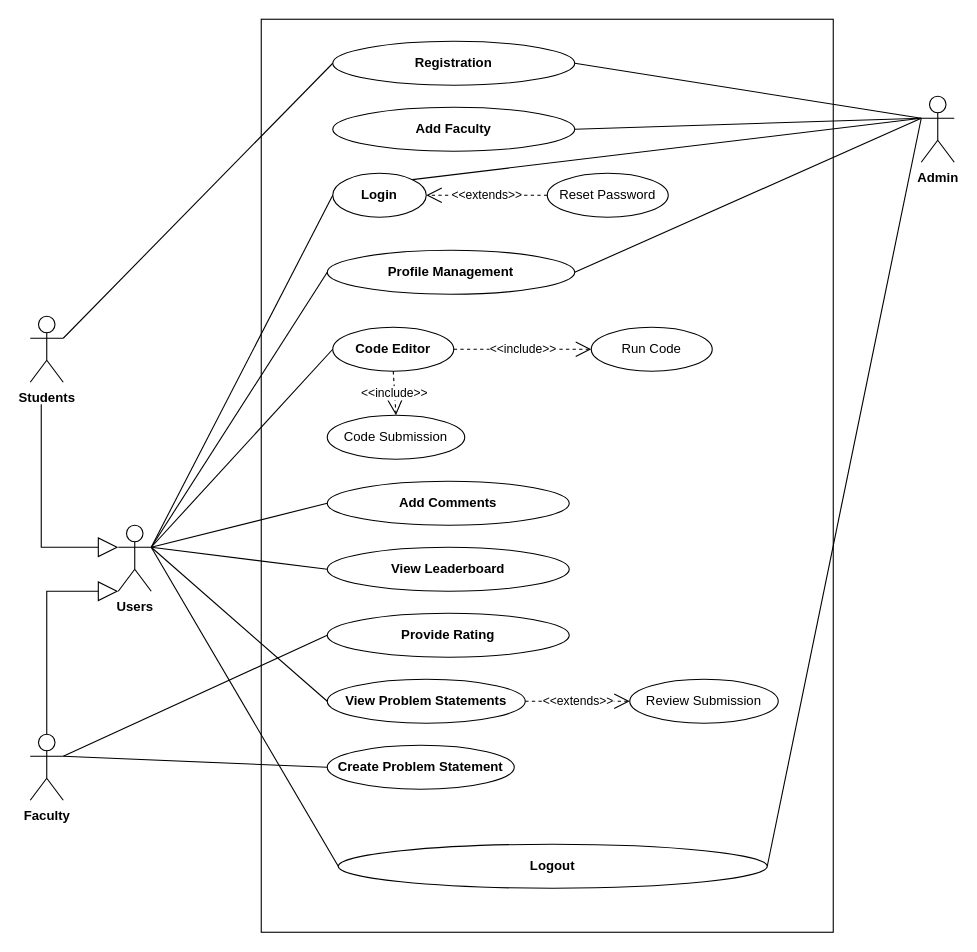
shamim36/Final-Defence-Diagram keeps this draw.io diagram as Use case Diagram.drawio. Above is the earlier version. Source tidied: cells renumbered, new cells numbered last; positions are measured from the earlier drawing's top-left corner, leaving out a move shared by most shapes. Both pictures are drawn from the tidied source at 110%, with x=0, y=0 at pixel (30, 19).
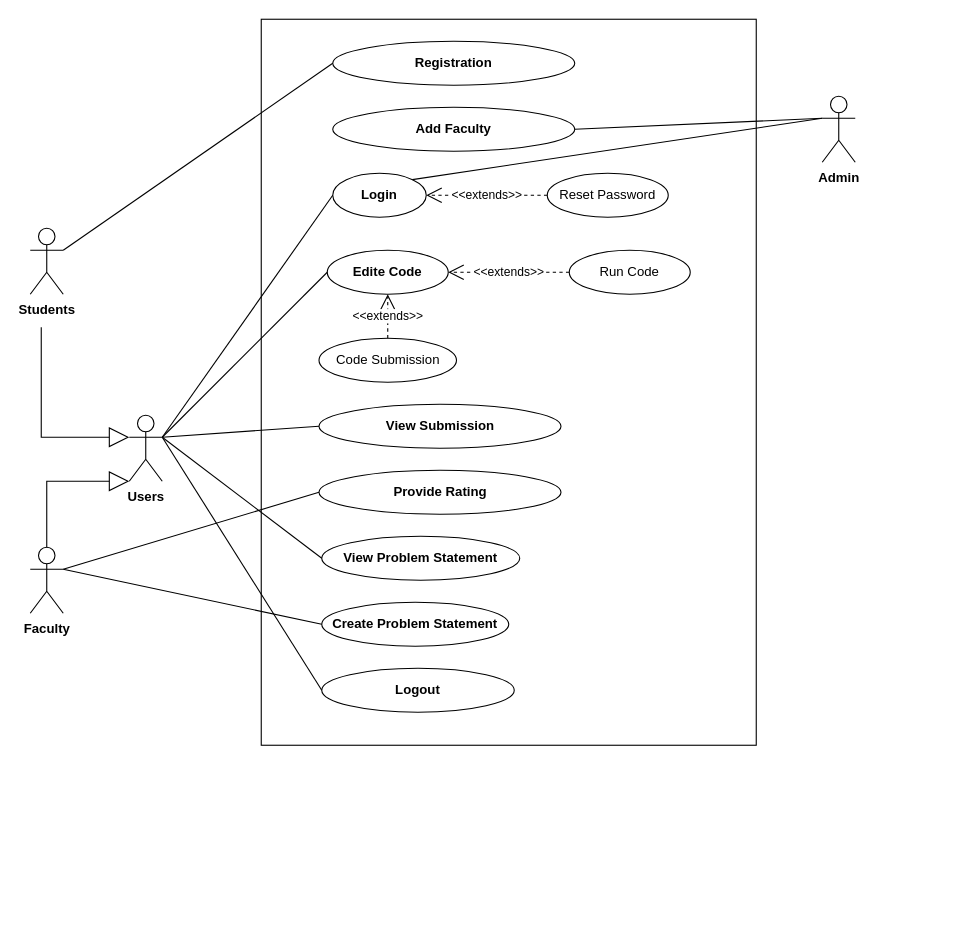
The same page after the edit.

Unchanged cells that the change refers to:
```xml
<mxCell id="3" value="&lt;b&gt;Registration&lt;/b&gt;" style="ellipse;whiteSpace=wrap;html=1;" parent="1" vertex="1">
  <mxGeometry x="275" y="20" width="220" height="40" as="geometry" />
</mxCell>
<mxCell id="10" value="&lt;b&gt;Add Faculty&lt;/b&gt;" style="ellipse;whiteSpace=wrap;html=1;" parent="1" vertex="1">
  <mxGeometry x="275" y="80" width="220" height="40" as="geometry" />
</mxCell>
<mxCell id="11" value="&lt;b&gt;Login&lt;/b&gt;" style="ellipse;whiteSpace=wrap;html=1;" parent="1" vertex="1">
  <mxGeometry x="275" y="140" width="85" height="40" as="geometry" />
</mxCell>
```

Diff of the diagram source:
```diff
@@
     <mxCell id="2" style="rounded=0;whiteSpace=wrap;html=1;" parent="1" vertex="1">
-      <mxGeometry x="210" width="520" height="830" as="geometry" />
+      <mxGeometry x="210" width="450" height="660" as="geometry" />
     </mxCell>
@@
     <mxCell id="4" value="&lt;b&gt;Students&lt;/b&gt;" style="shape=umlActor;verticalLabelPosition=bottom;verticalAlign=top;html=1;outlineConnect=0;" parent="1" vertex="1">
-      <mxGeometry y="270" width="30" height="60" as="geometry" />
+      <mxGeometry y="190" width="30" height="60" as="geometry" />
     </mxCell>
     <mxCell id="5" value="&lt;b&gt;Faculty&lt;/b&gt;" style="shape=umlActor;verticalLabelPosition=bottom;verticalAlign=top;html=1;outlineConnect=0;" parent="1" vertex="1">
-      <mxGeometry y="650" width="30" height="60" as="geometry" />
+      <mxGeometry y="480" width="30" height="60" as="geometry" />
     </mxCell>
     <mxCell id="6" value="&lt;b&gt;Admin&lt;/b&gt;" style="shape=umlActor;verticalLabelPosition=bottom;verticalAlign=top;html=1;outlineConnect=0;" parent="1" vertex="1">
-      <mxGeometry x="810" y="70" width="30" height="60" as="geometry" />
+      <mxGeometry x="720" y="70" width="30" height="60" as="geometry" />
     </mxCell>
     <mxCell id="7" value="&lt;b&gt;Logout&lt;/b&gt;" style="ellipse;whiteSpace=wrap;html=1;" parent="1" vertex="1">
-      <mxGeometry x="280" y="750" width="390" height="40" as="geometry" />
+      <mxGeometry x="265" y="590" width="175" height="40" as="geometry" />
     </mxCell>
-    <mxCell id="8" value="&lt;b&gt;Profile Management&lt;/b&gt;" style="ellipse;whiteSpace=wrap;html=1;" parent="1" vertex="1">
-      <mxGeometry x="270" y="210" width="225" height="40" as="geometry" />
-    </mxCell>
-    <mxCell id="9" value="Review Submission" style="ellipse;whiteSpace=wrap;html=1;" parent="1" vertex="1">
-      <mxGeometry x="545" y="600" width="135" height="40" as="geometry" />
-    </mxCell>
@@
-    <mxCell id="13" value="&lt;b&gt;Code Editor&lt;/b&gt;" style="ellipse;whiteSpace=wrap;html=1;" parent="1" vertex="1">
-      <mxGeometry x="275" y="280" width="110" height="40" as="geometry" />
+    <mxCell id="13" value="&lt;b&gt;Edite Code&lt;/b&gt;" style="ellipse;whiteSpace=wrap;html=1;" parent="1" vertex="1">
+      <mxGeometry x="270" y="210" width="110" height="40" as="geometry" />
     </mxCell>
     <mxCell id="14" value="Run Code" style="ellipse;whiteSpace=wrap;html=1;" parent="1" vertex="1">
-      <mxGeometry x="510" y="280" width="110" height="40" as="geometry" />
+      <mxGeometry x="490" y="210" width="110" height="40" as="geometry" />
     </mxCell>
     <mxCell id="15" value="Code Submission" style="ellipse;whiteSpace=wrap;html=1;" parent="1" vertex="1">
-      <mxGeometry x="270" y="360" width="125" height="40" as="geometry" />
+      <mxGeometry x="262.5" y="290" width="125" height="40" as="geometry" />
     </mxCell>
-    <mxCell id="16" value="&lt;b&gt;Add Comments&lt;/b&gt;" style="ellipse;whiteSpace=wrap;html=1;" parent="1" vertex="1">
-      <mxGeometry x="270" y="420" width="220" height="40" as="geometry" />
-    </mxCell>
-    <mxCell id="17" value="&lt;b&gt;View Leaderboard&lt;/b&gt;" style="ellipse;whiteSpace=wrap;html=1;" parent="1" vertex="1">
-      <mxGeometry x="270" y="480" width="220" height="40" as="geometry" />
+    <mxCell id="17" value="&lt;b&gt;View Submission&lt;/b&gt;" style="ellipse;whiteSpace=wrap;html=1;" parent="1" vertex="1">
+      <mxGeometry x="262.5" y="350" width="220" height="40" as="geometry" />
     </mxCell>
     <mxCell id="18" value="&lt;b&gt;Provide Rating&lt;/b&gt;" style="ellipse;whiteSpace=wrap;html=1;" parent="1" vertex="1">
-      <mxGeometry x="270" y="540" width="220" height="40" as="geometry" />
+      <mxGeometry x="262.5" y="410" width="220" height="40" as="geometry" />
     </mxCell>
     <mxCell id="19" value="&lt;b&gt;Create Problem Statement&lt;/b&gt;" style="ellipse;whiteSpace=wrap;html=1;" parent="1" vertex="1">
-      <mxGeometry x="270" y="660" width="170" height="40" as="geometry" />
+      <mxGeometry x="265" y="530" width="170" height="40" as="geometry" />
     </mxCell>
-    <mxCell id="20" value="&lt;b&gt;View Problem Statements&lt;/b&gt;" style="ellipse;whiteSpace=wrap;html=1;" parent="1" vertex="1">
-      <mxGeometry x="270" y="600" width="180" height="40" as="geometry" />
+    <mxCell id="20" value="&lt;b&gt;View Problem Statement&lt;/b&gt;" style="ellipse;whiteSpace=wrap;html=1;" parent="1" vertex="1">
+      <mxGeometry x="265" y="470" width="180" height="40" as="geometry" />
     </mxCell>
@@
-    <mxCell id="22" value="&amp;lt;&amp;lt;include&amp;gt;&amp;gt;" style="endArrow=open;endSize=12;dashed=1;html=1;rounded=0;exitX=1;exitY=0.5;exitDx=0;exitDy=0;" parent="1" edge="1" source="13" target="14">
+    <mxCell id="22" value="&amp;lt;&amp;lt;extends&amp;gt;&amp;gt;" style="endArrow=open;endSize=12;dashed=1;html=1;rounded=0;exitX=0;exitY=0.5;exitDx=0;exitDy=0;entryX=1;entryY=0.5;entryDx=0;entryDy=0;" parent="1" edge="1" source="14" target="13">
       <mxGeometry relative="1" as="geometry" />
     </mxCell>
-    <mxCell id="23" value="&amp;lt;&amp;lt;include&amp;gt;&amp;gt;" style="endArrow=open;endSize=12;dashed=1;html=1;rounded=0;exitX=0.5;exitY=1;exitDx=0;exitDy=0;entryX=0.5;entryY=0;entryDx=0;entryDy=0;" parent="1" edge="1" source="13" target="15">
+    <mxCell id="23" value="&amp;lt;&amp;lt;extends&amp;gt;&amp;gt;" style="endArrow=open;endSize=12;dashed=1;html=1;rounded=0;exitX=0.5;exitY=0;exitDx=0;exitDy=0;entryX=0.5;entryY=1;entryDx=0;entryDy=0;" parent="1" edge="1" source="15" target="13">
       <mxGeometry relative="1" as="geometry" />
     </mxCell>
-    <mxCell id="24" value="&amp;lt;&amp;lt;extends&amp;gt;&amp;gt;" style="endArrow=open;endSize=12;dashed=1;html=1;rounded=0;entryX=0;entryY=0.5;entryDx=0;entryDy=0;exitX=1;exitY=0.5;exitDx=0;exitDy=0;" parent="1" edge="1" source="20" target="9">
-      <mxGeometry relative="1" as="geometry" />
-    </mxCell>
@@
-    <mxCell id="26" style="endArrow=none;html=1;rounded=0;exitX=1;exitY=0.5;exitDx=0;exitDy=0;entryX=0;entryY=0.3333333333333333;entryDx=0;entryDy=0;entryPerimeter=0;" parent="1" edge="1" source="10" target="6">
-      <mxGeometry relative="1" as="geometry" />
+    <mxCell id="26" style="endArrow=none;html=1;rounded=0;exitX=1;exitY=0.5;exitDx=0;exitDy=0;" parent="1" edge="1" source="10">
+      <mxGeometry relative="1" as="geometry">
+        <mxPoint x="720" y="90" as="targetPoint" />
+      </mxGeometry>
     </mxCell>
     <mxCell id="27" style="endArrow=none;html=1;rounded=0;exitX=1;exitY=0;exitDx=0;exitDy=0;" parent="1" edge="1" source="11">
       <mxGeometry relative="1" as="geometry">
-        <mxPoint x="810" y="90" as="targetPoint" />
+        <mxPoint x="720" y="90" as="targetPoint" />
       </mxGeometry>
     </mxCell>
-    <mxCell id="28" style="endArrow=none;html=1;rounded=0;entryX=0;entryY=0.3333333333333333;entryDx=0;entryDy=0;entryPerimeter=0;exitX=1;exitY=0.5;exitDx=0;exitDy=0;" parent="1" edge="1" source="8" target="6">
-      <mxGeometry relative="1" as="geometry" />
-    </mxCell>
@@
-    <mxCell id="30" style="edgeStyle=orthogonalEdgeStyle;rounded=0;orthogonalLoop=1;jettySize=auto;html=1;exitX=0.5;exitY=1;exitDx=0;exitDy=0;" parent="1" edge="1" source="9" target="9">
-      <mxGeometry relative="1" as="geometry" />
+    <mxCell id="30" style="edgeStyle=orthogonalEdgeStyle;rounded=0;orthogonalLoop=1;jettySize=auto;html=1;exitX=0.5;exitY=1;exitDx=0;exitDy=0;" parent="1" edge="1">
+      <mxGeometry relative="1" as="geometry">
+        <mxPoint x="577.5" y="460" as="sourcePoint" />
+        <mxPoint x="577.5" y="460" as="targetPoint" />
+      </mxGeometry>
     </mxCell>
@@
-    <mxCell id="32" style="endArrow=none;html=1;rounded=0;entryX=0;entryY=0.3333333333333333;entryDx=0;entryDy=0;entryPerimeter=0;exitX=1;exitY=0.5;exitDx=0;exitDy=0;" parent="1" edge="1" source="7" target="6">
-      <mxGeometry relative="1" as="geometry" />
-    </mxCell>
-    <mxCell id="33" style="endArrow=none;html=1;rounded=0;entryX=0;entryY=0.3333333333333333;entryDx=0;entryDy=0;entryPerimeter=0;exitX=1;exitY=0.5;exitDx=0;exitDy=0;" parent="1" edge="1" source="3" target="6">
-      <mxGeometry relative="1" as="geometry" />
-    </mxCell>
     <mxCell id="34" value="&lt;b&gt;Users&lt;/b&gt;" style="shape=umlActor;verticalLabelPosition=bottom;verticalAlign=top;html=1;outlineConnect=0;" parent="1" vertex="1">
-      <mxGeometry x="80" y="460" width="30" height="60" as="geometry" />
+      <mxGeometry x="90" y="360" width="30" height="60" as="geometry" />
     </mxCell>
@@
-    <mxCell id="36" style="endArrow=none;html=1;rounded=0;entryX=0;entryY=0.5;entryDx=0;entryDy=0;exitX=1;exitY=0.3333333333333333;exitDx=0;exitDy=0;exitPerimeter=0;" parent="1" edge="1" source="34" target="8">
-      <mxGeometry relative="1" as="geometry" />
-    </mxCell>
@@
-    <mxCell id="38" style="endArrow=none;html=1;rounded=0;entryX=0;entryY=0.5;entryDx=0;entryDy=0;exitX=1;exitY=0.3333333333333333;exitDx=0;exitDy=0;exitPerimeter=0;" parent="1" edge="1" source="34" target="16">
-      <mxGeometry relative="1" as="geometry" />
-    </mxCell>
@@
     <mxCell id="41" style="endArrow=block;endSize=16;endFill=0;html=1;rounded=0;entryX=0;entryY=0.3333333333333333;entryDx=0;entryDy=0;entryPerimeter=0;" parent="1" edge="1" target="34">
       <mxGeometry relative="1" as="geometry">
-        <mxPoint x="10" y="350" as="sourcePoint" />
+        <mxPoint x="10" y="280" as="sourcePoint" />
         <Array as="points">
-          <mxPoint x="10" y="480" />
+          <mxPoint x="10" y="380" />
         </Array>
       </mxGeometry>
     </mxCell>
     <mxCell id="42" style="endArrow=block;endSize=16;endFill=0;html=1;rounded=0;exitX=0.5;exitY=0;exitDx=0;exitDy=0;exitPerimeter=0;entryX=0;entryY=1;entryDx=0;entryDy=0;entryPerimeter=0;" parent="1" edge="1" source="5" target="34">
       <mxGeometry relative="1" as="geometry">
         <Array as="points">
-          <mxPoint x="15" y="520" />
+          <mxPoint x="15" y="420" />
         </Array>
       </mxGeometry>
     </mxCell>
```
